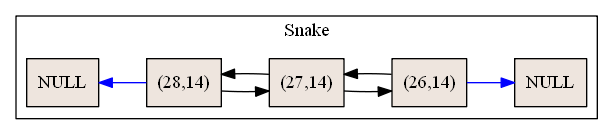
The Graphviz diagram ListaDobleSnake.png in Eduardo01004/-EDD-_1S2019_P1_201612124, before a commit. Its source is kept beside it as ListaDobleSnake.dot.
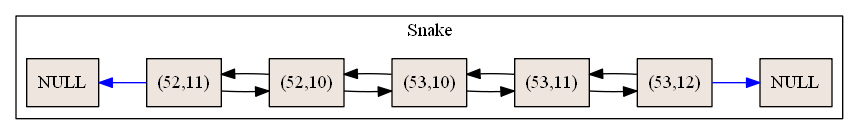
Above is the later version.

Change to the diagram source:
```diff
@@ -2,16 +2,22 @@
  subgraph cluster3{
 label="Snake";
 h[shape=record, style=filled, fillcolor=seashell2,label="NULL"];
-878067[shape=record, style=filled, fillcolor=seashell2,label="(28,14)"];
-h->878067[dir=back color="blue"]
-878067[shape=record, style=filled, fillcolor=seashell2,label="(28,14)"];
-878067->878073
-878073->878067
-878073[shape=record, style=filled, fillcolor=seashell2,label="(27,14)"];
-878073->882957
-882957->878073
-882957[shape=record, style=filled, fillcolor=seashell2,label="(26,14)"];
+949269[shape=record, style=filled, fillcolor=seashell2,label="(52,11)"];
+h->949269[dir=back color="blue"]
+949269[shape=record, style=filled, fillcolor=seashell2,label="(52,11)"];
+949269->949315
+949315->949269
+949315[shape=record, style=filled, fillcolor=seashell2,label="(52,10)"];
+949315->949309
+949309->949315
+949309[shape=record, style=filled, fillcolor=seashell2,label="(53,10)"];
+949309->949307
+949307->949309
+949307[shape=record, style=filled, fillcolor=seashell2,label="(53,11)"];
+949307->949277
+949277->949307
+949277[shape=record, style=filled, fillcolor=seashell2,label="(53,12)"];
 null[shape=record, style=filled, fillcolor=seashell2,label="NULL"];
-882957->null[ color="blue"]
+949277->null[ color="blue"]
 }
 }
```
